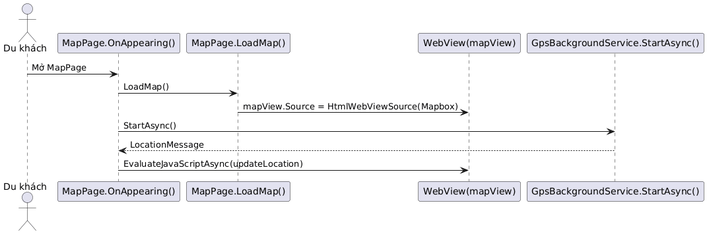
hoangtri22/TravelGuide keeps this PlantUML diagram as Diagrams/SE DuKhach XemBanDo.png. Above is the earlier version.
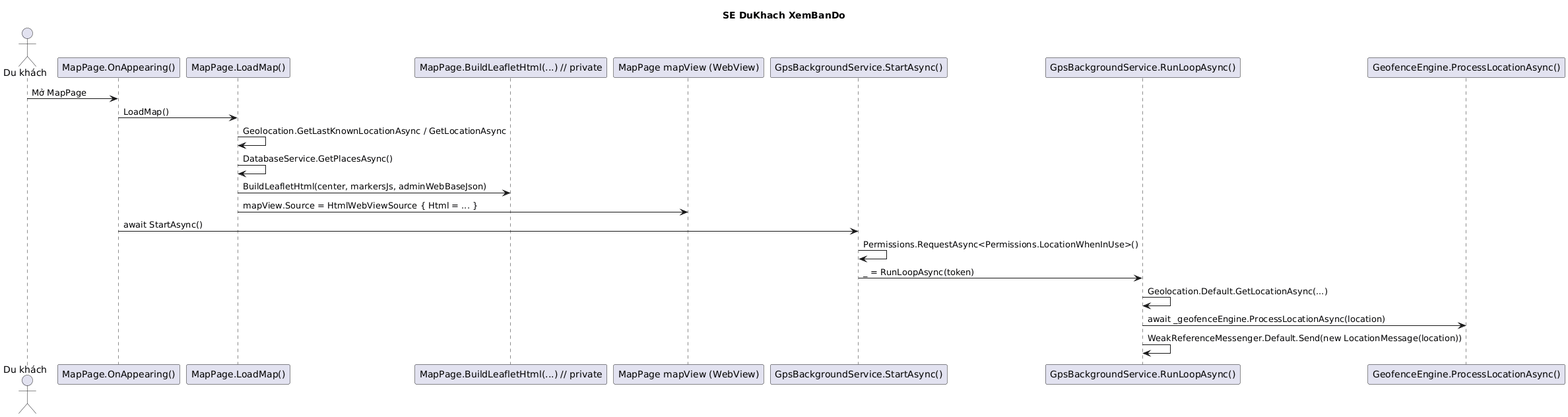
The same diagram one commit later.

The edit, as a diff of the source:
```diff
@@ -1,13 +1,24 @@
 @startuml
+title SE DuKhach XemBanDo
+
 actor "Du khách" as U
 participant "MapPage.OnAppearing()" as MP
 participant "MapPage.LoadMap()" as LOAD
-participant "WebView(mapView)" as WV
+participant "MapPage.BuildLeafletHtml(...) // private" as HTML
+participant "MapPage mapView (WebView)" as WV
 participant "GpsBackgroundService.StartAsync()" as GPS
+participant "GpsBackgroundService.RunLoopAsync()" as LOOP
+participant "GeofenceEngine.ProcessLocationAsync()" as GEO
 U -> MP : Mở MapPage
 MP -> LOAD : LoadMap()
-LOAD -> WV : mapView.Source = HtmlWebViewSource(Mapbox)
-MP -> GPS : StartAsync()
-GPS --> MP : LocationMessage
-MP -> WV : EvaluateJavaScriptAsync(updateLocation)
+LOAD -> LOAD : Geolocation.GetLastKnownLocationAsync / GetLocationAsync
+LOAD -> LOAD : DatabaseService.GetPlacesAsync()
+LOAD -> HTML : BuildLeafletHtml(center, markersJs, adminWebBaseJson)
+LOAD -> WV : mapView.Source = HtmlWebViewSource { Html = ... }
+MP -> GPS : await StartAsync()
+GPS -> GPS : Permissions.RequestAsync<Permissions.LocationWhenInUse>()
+GPS -> LOOP : _ = RunLoopAsync(token)
+LOOP -> LOOP : Geolocation.Default.GetLocationAsync(...)
+LOOP -> GEO : await _geofenceEngine.ProcessLocationAsync(location)
+LOOP -> LOOP : WeakReferenceMessenger.Default.Send(new LocationMessage(location))
 @enduml
```
